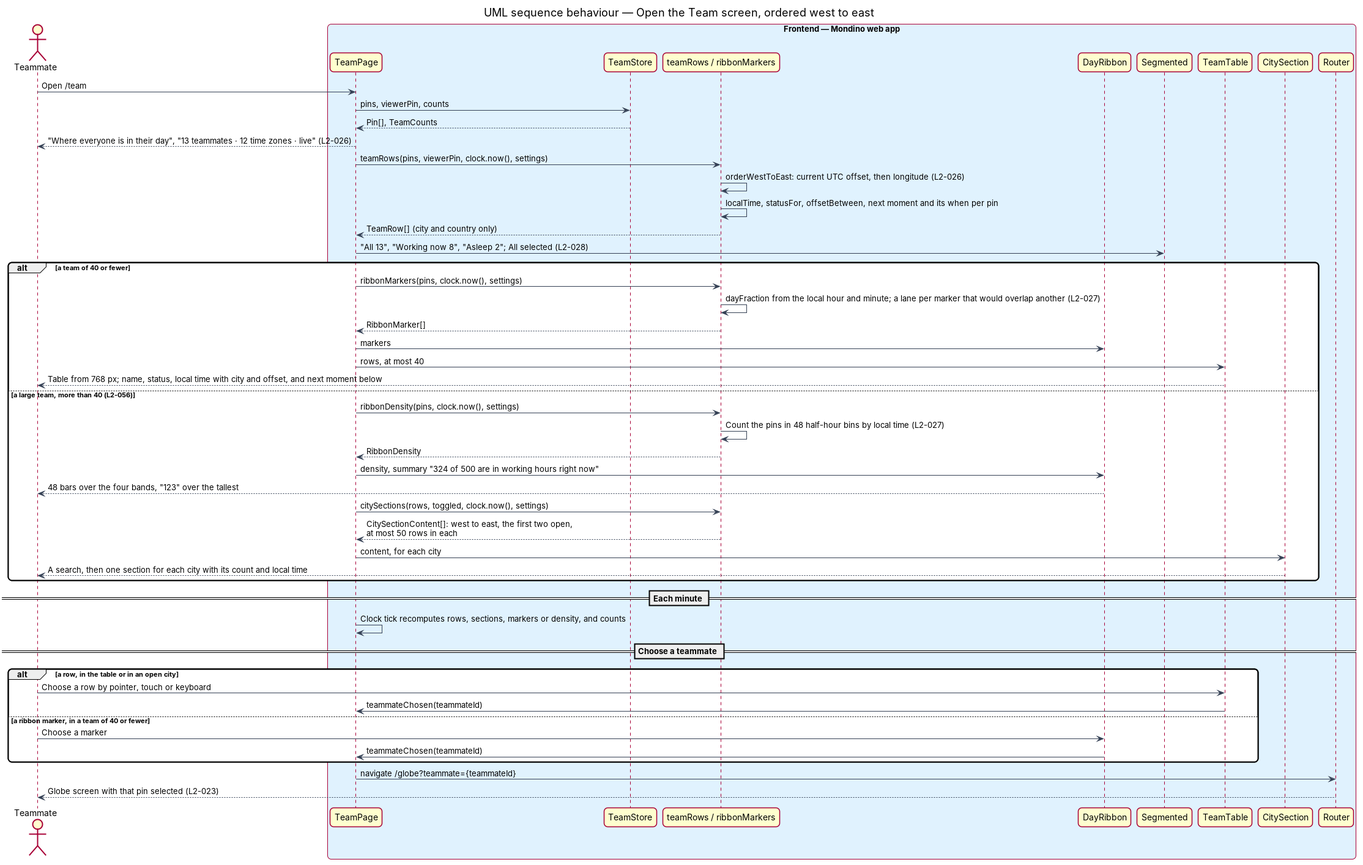
QuinntyneBrown/Mondino keeps this PlantUML diagram as docs/detailed-designs/team/view-team-through-the-day/diagrams/sequence-open-team-screen.png. Above is the earlier version. Its source is kept beside it as docs/detailed-designs/team/view-team-through-the-day/diagrams/sequence-open-team-screen.puml.
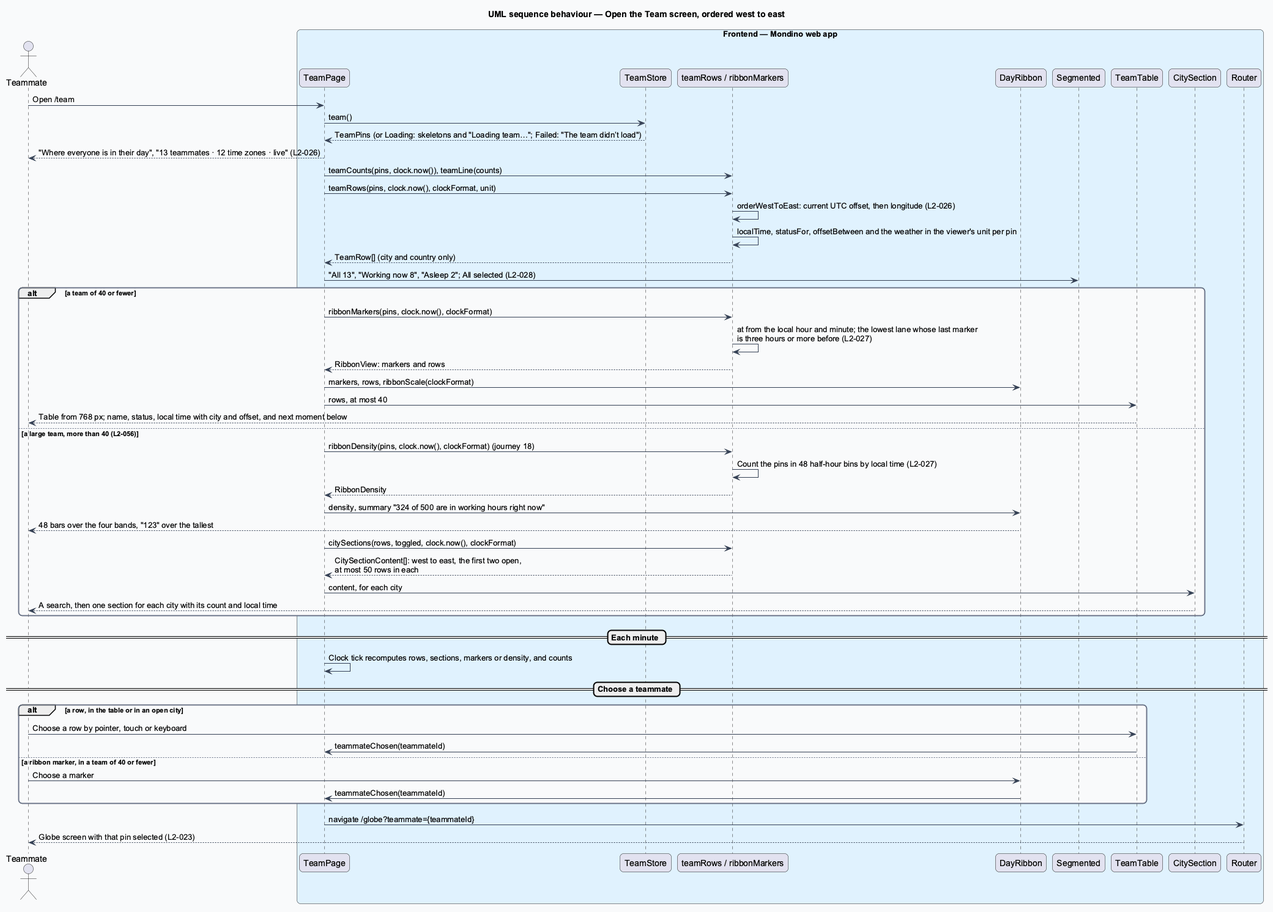
After the commit.

Change to the diagram source:
```diff
@@ -26,28 +26,29 @@
   participant "Router" as router
 end box
 actor -> page : Open /team
-page -> store : pins, viewerPin, counts
-store --> page : Pin[], TeamCounts
+page -> store : team()
+store --> page : TeamPins (or Loading: skeletons and "Loading team…"; Failed: "The team didn’t load")
 page --> actor : "Where everyone is in their day", "13 teammates · 12 time zones · live" (L2-026)
-page -> fn : teamRows(pins, viewerPin, clock.now(), settings)
+page -> fn : teamCounts(pins, clock.now()), teamLine(counts)
+page -> fn : teamRows(pins, clock.now(), clockFormat, unit)
 fn -> fn : orderWestToEast: current UTC offset, then longitude (L2-026)
-fn -> fn : localTime, statusFor, offsetBetween, next moment and its when per pin
+fn -> fn : localTime, statusFor, offsetBetween and the weather in the viewer's unit per pin
 fn --> page : TeamRow[] (city and country only)
 page -> chips : "All 13", "Working now 8", "Asleep 2"; All selected (L2-028)
 alt a team of 40 or fewer
-  page -> fn : ribbonMarkers(pins, clock.now(), settings)
-  fn -> fn : dayFraction from the local hour and minute; a lane per marker that would overlap another (L2-027)
-  fn --> page : RibbonMarker[]
-  page -> ribbon : markers
+  page -> fn : ribbonMarkers(pins, clock.now(), clockFormat)
+  fn -> fn : at from the local hour and minute; the lowest lane whose last marker\nis three hours or more before (L2-027)
+  fn --> page : RibbonView: markers and rows
+  page -> ribbon : markers, rows, ribbonScale(clockFormat)
   page -> table : rows, at most 40
   table --> actor : Table from 768 px; name, status, local time with city and offset, and next moment below
 else a large team, more than 40 (L2-056)
-  page -> fn : ribbonDensity(pins, clock.now(), settings)
+  page -> fn : ribbonDensity(pins, clock.now(), clockFormat) (journey 18)
   fn -> fn : Count the pins in 48 half-hour bins by local time (L2-027)
   fn --> page : RibbonDensity
   page -> ribbon : density, summary "324 of 500 are in working hours right now"
   ribbon --> actor : 48 bars over the four bands, "123" over the tallest
-  page -> fn : citySections(rows, toggled, clock.now(), settings)
+  page -> fn : citySections(rows, toggled, clock.now(), clockFormat)
   fn --> page : CitySectionContent[]: west to east, the first two open,\nat most 50 rows in each
   page -> city : content, for each city
   city --> actor : A search, then one section for each city with its count and local time
```
